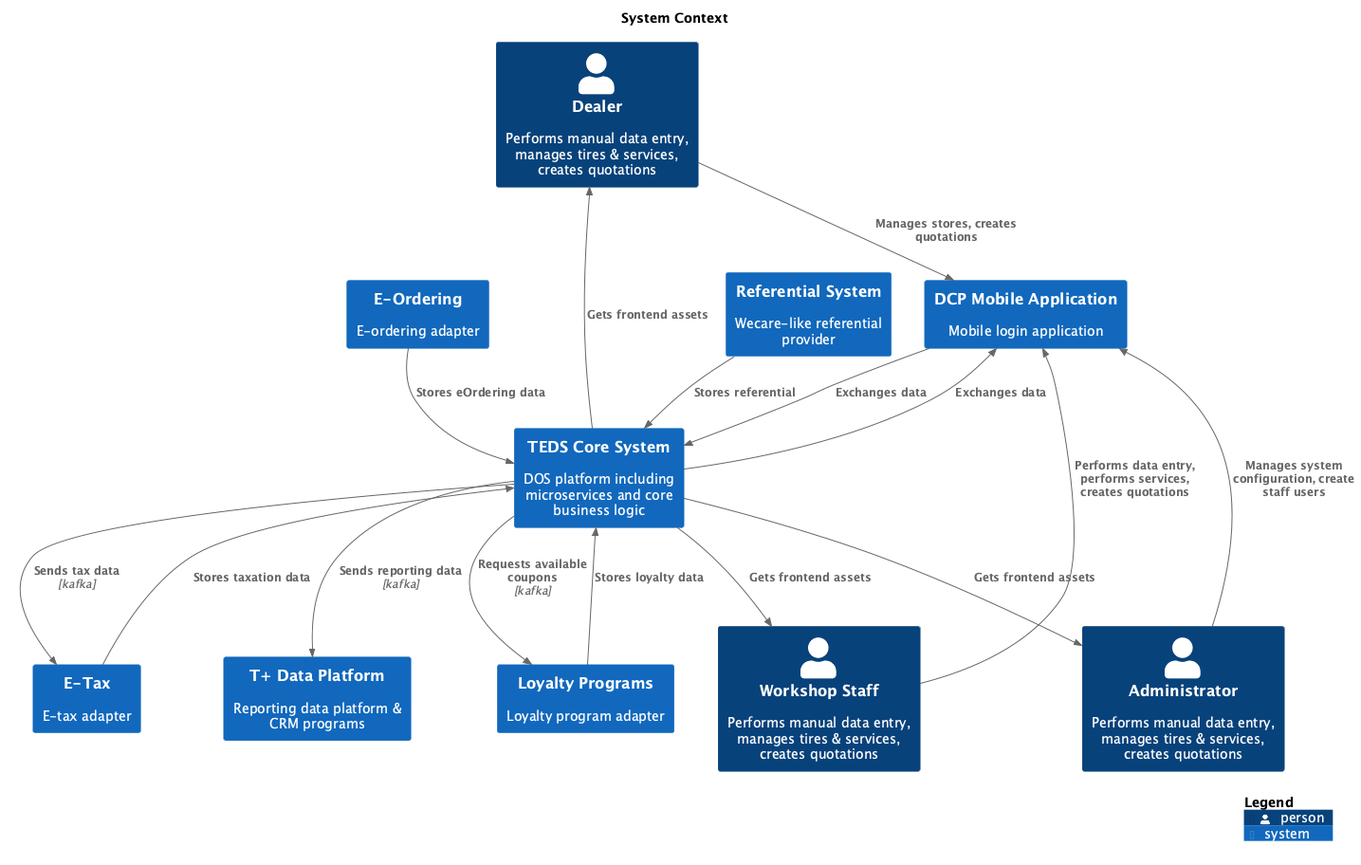
Before: main/png/Level1_SystemContext.png, a diagram exported from PlantUML (kzsahay/teds).
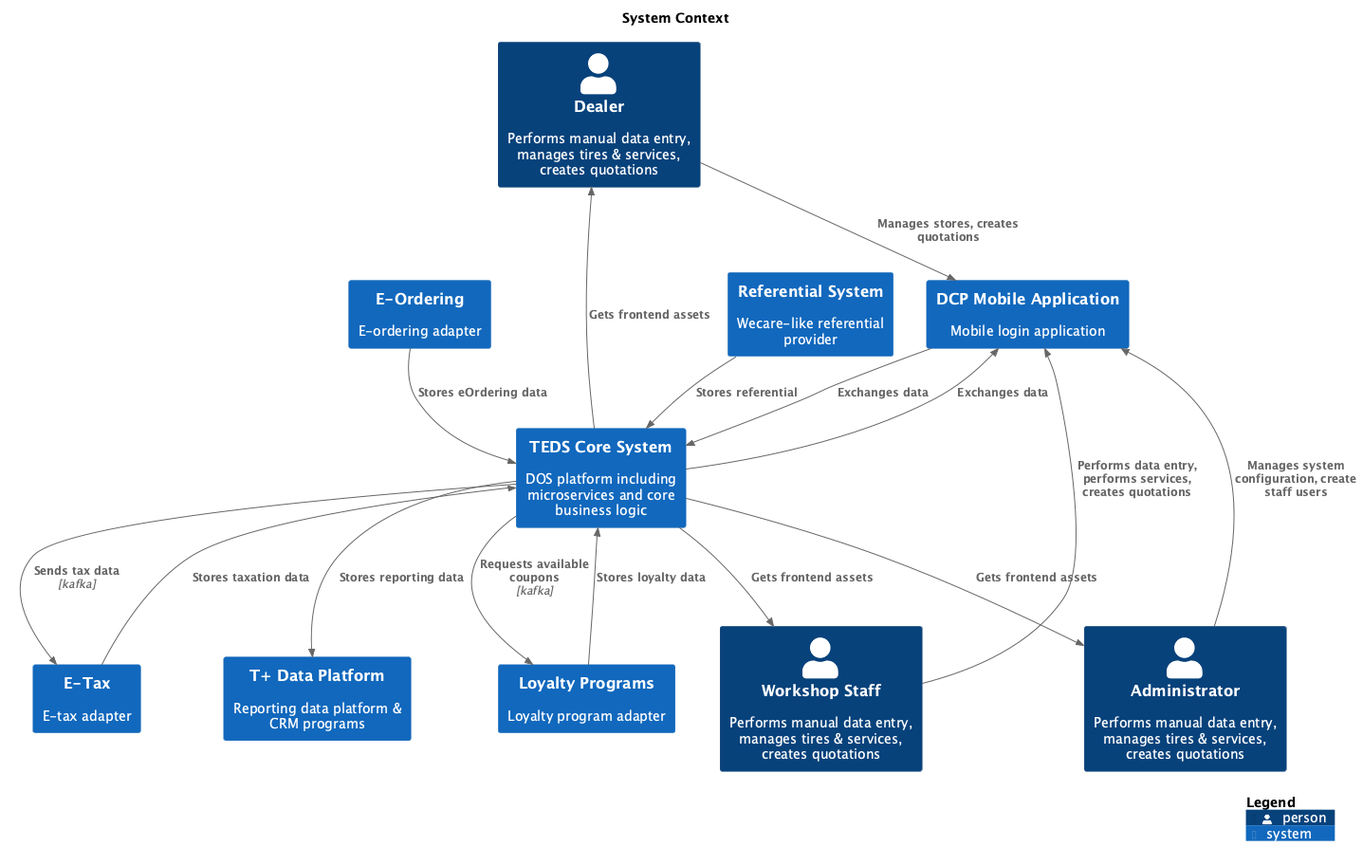
The same file after the commit.

Diff of the diagram source:
```diff
@@ -26,7 +26,7 @@
 Rel(ETax, TEDSCoreSystem, "Stores taxation data", $techn="", $tags="", $link="")
 Rel(DCPMobileApplication, TEDSCoreSystem, "Exchanges data", $techn="", $tags="", $link="")
 Rel(TEDSCoreSystem, DCPMobileApplication, "Exchanges data", $techn="", $tags="", $link="")
-Rel(TEDSCoreSystem, TDataPlatform, "Sends reporting data", $techn="kafka", $tags="", $link="")
+Rel(TEDSCoreSystem, TDataPlatform, "Stores reporting data", $techn="", $tags="", $link="")
 Rel(TEDSCoreSystem, Dealer, "Gets frontend assets", $techn="", $tags="", $link="")
 Rel(TEDSCoreSystem, WorkshopStaff, "Gets frontend assets", $techn="", $tags="", $link="")
 Rel(TEDSCoreSystem, Administrator, "Gets frontend assets", $techn="", $tags="", $link="")
```
